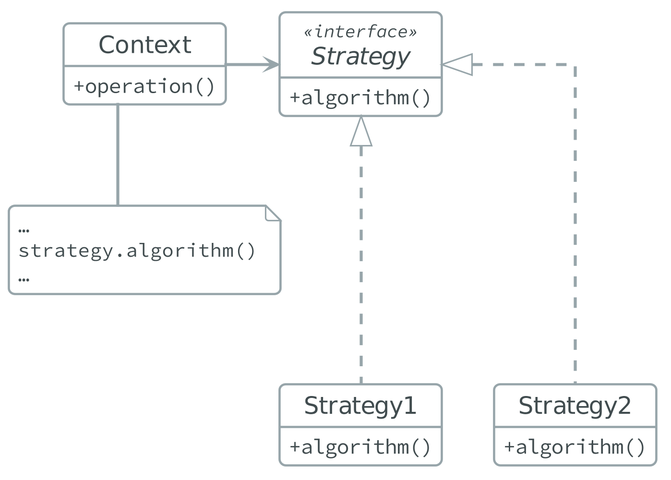
Above: software_engineering/strategy.png in dexpota/.notebooks (PlantUML), before the change.
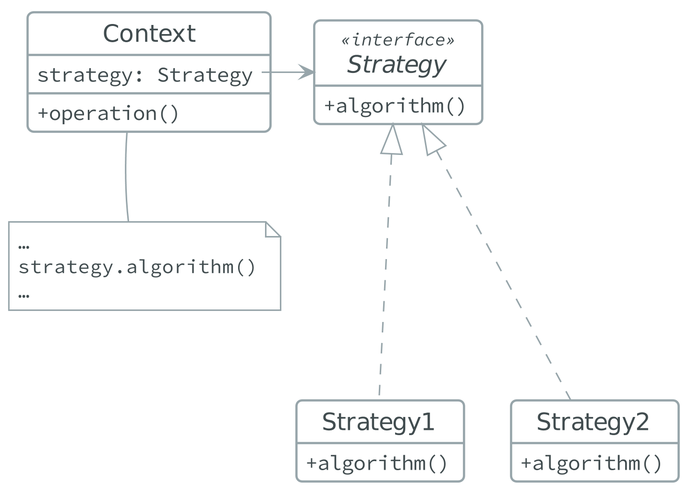
The same diagram one commit later.

Change to the diagram source:
```diff
@@ -1,5 +1,4 @@
 @startuml
-
 skinparam dpi 300
 
 
@@ -50,6 +49,7 @@
 hide <<Hidden>>
 
 class Context {
+	strategy: Strategy
 	+operation()
 }
 
```
